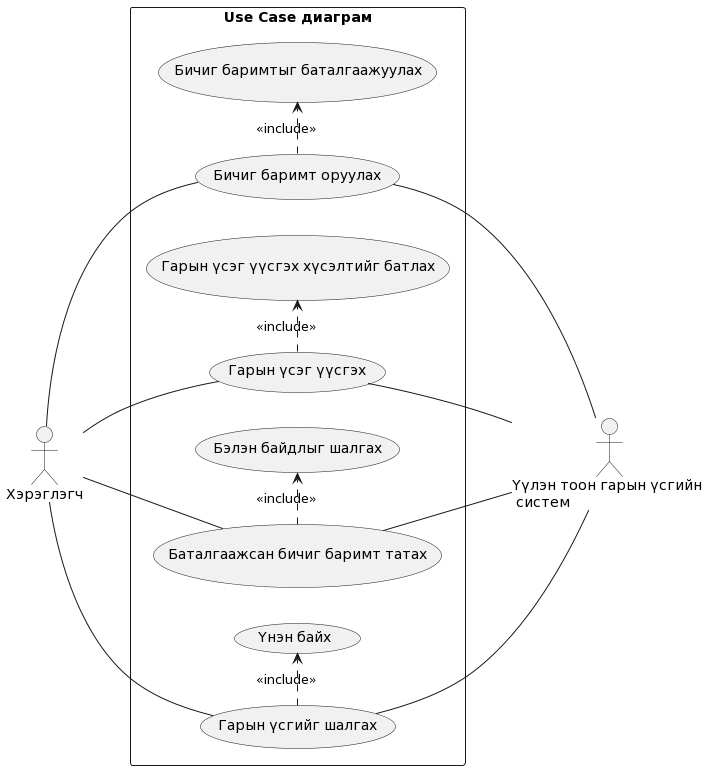
This is assets/usecase_mn.png from b4ljk/thesis-report, a PlantUML export, as it was before one commit.
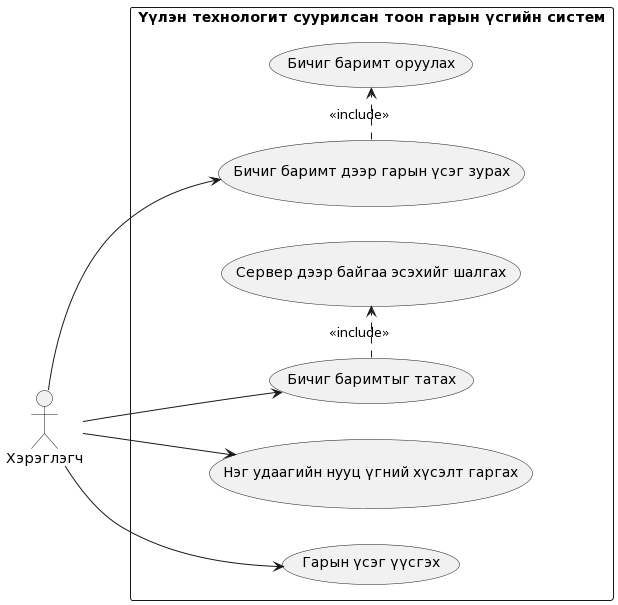
Above is the later version.

What changed in the source:
```diff
@@ -1,19 +1,23 @@
 @startuml
 left to right direction
-actor Хэрэглэгч
-actor "Үүлэн тоон гарын үсгийн \n систем" as CDS
-rectangle "Use Case диаграм" {
-  Хэрэглэгч -- (Бичиг баримт оруулах)
-  (Бичиг баримт оруулах) .> (Бичиг баримтыг баталгаажуулах) : <<include>>
-  (Бичиг баримт оруулах) -- CDS
-  Хэрэглэгч -- (Гарын үсэг үүсгэх)
-  (Гарын үсэг үүсгэх) .> (Гарын үсэг үүсгэх хүсэлтийг батлах) : <<include>>
-  (Гарын үсэг үүсгэх) -- CDS
-  Хэрэглэгч -- (Баталгаажсан бичиг баримт татах)
-  (Баталгаажсан бичиг баримт татах) .> (Бэлэн байдлыг шалгах) : <<include>>
-  (Баталгаажсан бичиг баримт татах) -- CDS
-  Хэрэглэгч -- (Гарын үсгийг шалгах)
-  (Гарын үсгийг шалгах) .> (Үнэн байх) : <<include>>
-  (Гарын үсгийг шалгах) -- CDS
+skinparam packageStyle rectangle
+
+actor "Хэрэглэгч" as Client
+
+package "Үүлэн технологит суурилсан тоон гарын үсгийн систем" {
+    usecase "Бичиг баримт дээр гарын үсэг зурах" as ValidateDoc
+    usecase "Бичиг баримт оруулах" as UploadDoc
+    usecase "Бичиг баримтыг татах" as CheckDocAvail
+    usecase "Сервер дээр байгаа эсэхийг шалгах" as DownSignDoc
+    usecase "Нэг удаагийн нууц үгний хүсэлт гаргах" as ValidateSigi
+    usecase "Гарын үсэг үүсгэх" as VerifySig
 }
+
+Client --> ValidateDoc
+Client --> CheckDocAvail
+Client --> ValidateSigi
+Client --> VerifySig
+
+ValidateDoc .> UploadDoc : << include >>
+CheckDocAvail .> DownSignDoc : << include >>
 @enduml
```
